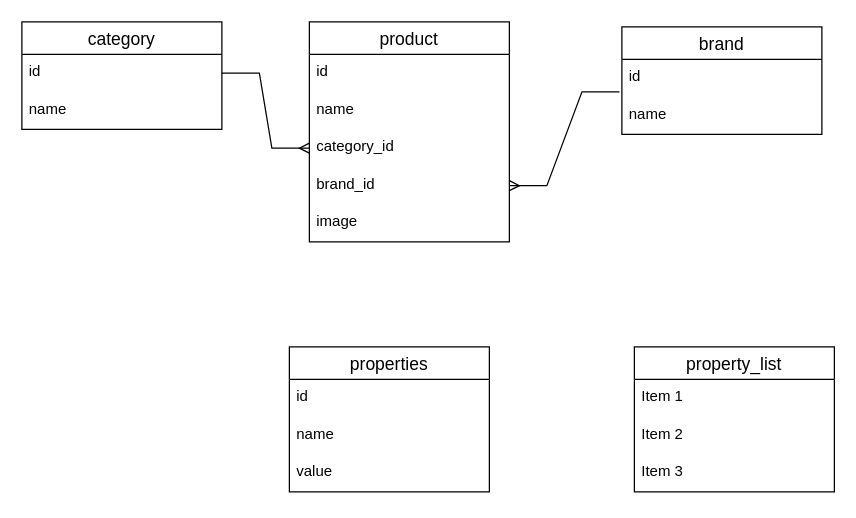
This is Диаграмма без названия.drawio from RudolphIgor/napoleon, a draw.io file, before an edit. Source tidied: cells renumbered, new cells numbered last; positions are measured from the earlier drawing's top-left corner, leaving out a move shared by most shapes. Both pictures are drawn from the tidied source at 125%, with x=0, y=0 at pixel (21, 21).
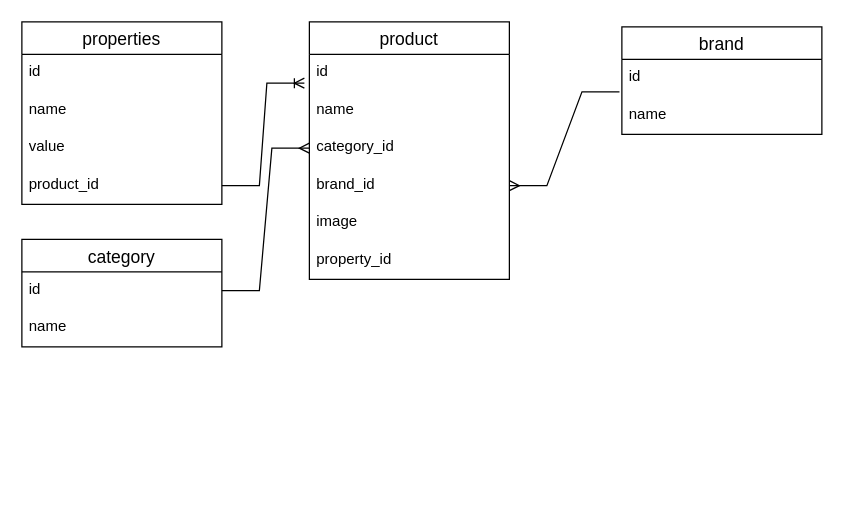
The same page after the edit.

The change refers to these unchanged cells:
```xml
<mxCell id="9" value="id" style="text;strokeColor=none;fillColor=none;spacingLeft=4;spacingRight=4;overflow=hidden;points=[[0,0.5],[1,0.5]];portConstraint=eastwest;fontSize=12;whiteSpace=wrap;html=1;" parent="8" vertex="1">
  <mxGeometry y="26" width="160" height="30" as="geometry" />
</mxCell>
```

Change to the diagram source:
```diff
@@
     <mxCell id="2" value="category" style="swimlane;fontStyle=0;horizontal=1;startSize=26;align=center;fontSize=14;" parent="1" vertex="1">
-      <mxGeometry width="160" height="86" as="geometry" />
+      <mxGeometry y="174" width="160" height="86" as="geometry" />
     </mxCell>
@@
     <mxCell id="8" value="product" style="swimlane;fontStyle=0;horizontal=1;startSize=26;align=center;fontSize=14;" parent="1" vertex="1">
-      <mxGeometry x="230" width="160" height="176" as="geometry" />
+      <mxGeometry x="230" width="160" height="206" as="geometry" />
     </mxCell>
@@
+    <mxCell id="24" value="property_id" style="text;strokeColor=none;fillColor=none;spacingLeft=4;spacingRight=4;overflow=hidden;fontSize=12;whiteSpace=wrap;html=1;" parent="8" vertex="1">
+      <mxGeometry y="176" width="160" height="30" as="geometry" />
+    </mxCell>
@@
     <mxCell id="16" value="properties" style="swimlane;fontStyle=0;horizontal=1;startSize=26;align=center;fontSize=14;" parent="1" vertex="1">
-      <mxGeometry x="214" y="260" width="160" height="116" as="geometry" />
+      <mxGeometry width="160" height="146" as="geometry" />
     </mxCell>
@@
-    <mxCell id="20" value="property_list" style="swimlane;fontStyle=0;horizontal=1;startSize=26;align=center;fontSize=14;" parent="1" vertex="1">
-      <mxGeometry x="490" y="260" width="160" height="116" as="geometry" />
-    </mxCell>
-    <mxCell id="21" value="Item 1" style="text;strokeColor=none;fillColor=none;spacingLeft=4;spacingRight=4;overflow=hidden;fontSize=12;whiteSpace=wrap;html=1;" parent="20" vertex="1">
-      <mxGeometry y="26" width="160" height="30" as="geometry" />
-    </mxCell>
-    <mxCell id="22" value="Item 2" style="text;strokeColor=none;fillColor=none;spacingLeft=4;spacingRight=4;overflow=hidden;fontSize=12;whiteSpace=wrap;html=1;" parent="20" vertex="1">
-      <mxGeometry y="56" width="160" height="30" as="geometry" />
-    </mxCell>
-    <mxCell id="23" value="Item 3" style="text;strokeColor=none;fillColor=none;spacingLeft=4;spacingRight=4;overflow=hidden;fontSize=12;whiteSpace=wrap;html=1;" parent="20" vertex="1">
-      <mxGeometry y="86" width="160" height="30" as="geometry" />
-    </mxCell>
+    <mxCell id="25" value="product_id" style="text;strokeColor=none;fillColor=none;spacingLeft=4;spacingRight=4;overflow=hidden;points=[[0,0.5],[1,0.5]];portConstraint=eastwest;fontSize=12;whiteSpace=wrap;html=1;" parent="16" vertex="1">
+      <mxGeometry y="116" width="160" height="30" as="geometry" />
+    </mxCell>
+    <mxCell id="26" style="edgeStyle=entityRelationEdgeStyle;fontSize=12;html=1;endArrow=ERoneToMany;rounded=0;exitX=1;exitY=0.5;exitDx=0;exitDy=0;entryX=-0.025;entryY=0.767;entryDx=0;entryDy=0;entryPerimeter=0;" parent="1" edge="1" source="25" target="9">
+      <mxGeometry relative="1" as="geometry" />
+    </mxCell>
```
